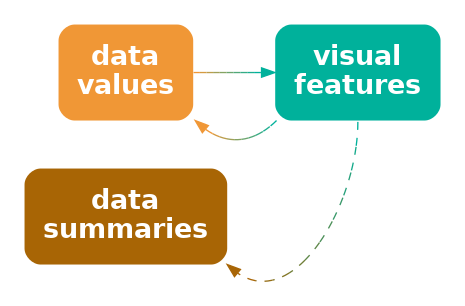
pmur002/hdvw keeps this Graphviz diagram as Diagrams/data-vis-stat-decode.png. Above is the earlier version. Its source is kept beside it as Diagrams/data-vis-stat-decode.dot.
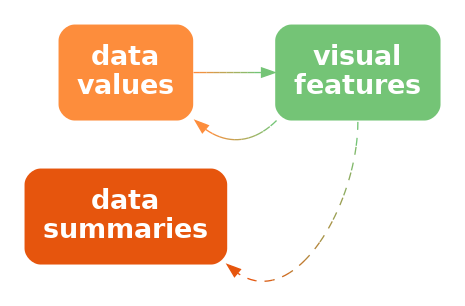
After the commit.

The edit, as a diff of the source:
```diff
@@ -1,12 +1,12 @@
 digraph {
   graph [ rankdir=LR; margin=.2; nodesep=.5 ];
   node [ fontsize=20; fontname="sans bold"; margin=.2 ];
-  data [ label="data\nvalues"; shape=box; style="filled, rounded"; penwidth=0; fontcolor=white; fillcolor="#F09736" ]
-  stat [ label="data\nsummaries"; shape=box; style="filled, rounded"; penwidth=0; fontcolor=white; fillcolor="#A86505" ]
+  data [ label="data\nvalues"; shape=box; style="filled, rounded"; penwidth=0; fontcolor=white; fillcolor="#FD8D3C" ]
+  stat [ label="data\nsummaries"; shape=box; style="filled, rounded"; penwidth=0; fontcolor=white; fillcolor="#E6550D" ]
   vis [ label="visual\nfeatures"; shape=box;
-     style="filled, rounded"; penwidth=0; fontcolor=white; fillcolor="#00B19B" ]
-  data -> vis [ color="#F09736;0.1:#D59A41;0.1:#BB9D4C;0.1:#A0A058;0.1:#85A363;0.1:#6BA56E;0.1:#50A879;0.1:#35AB85;0.1:#1BAE90;0.1:#00B19B;0.1" ]
-  vis:sw -> data:se [ style="dashed", color="#00B19B;0.1:#1BAE90;0.1:#35AB85;0.1:#50A879;0.1:#6BA56E;0.1:#85A363;0.1:#A0A058;0.1:#BB9D4C;0.1:#D59A41;0.1:#F09736;0.1" ]
-  vis:s -> stat:se [ style="dashed", color="#00B19B;0.1:#13A98A;0.1:#25A07A;0.1:#389869;0.1:#4B8F58;0.1:#5D8748;0.1:#707E37;0.1:#837626;0.1:#956D16;0.1:#A86505;0.1" ]
+     style="filled, rounded"; penwidth=0; fontcolor=white; fillcolor="#74C476" ]
+  data -> vis [ color="#FD8D3C;0.1:#EE9342;0.1:#DF9949;0.1:#CF9F4F;0.1:#C0A556;0.1:#B1AC5C;0.1:#A2B263;0.1:#92B869;0.1:#83BE70;0.1:#74C476;0.1" ]
+  vis:sw -> data:se [ style="dashed", color="#74C476;0.1:#83BE70;0.1:#92B869;0.1:#A2B263;0.1:#B1AC5C;0.1:#C0A556;0.1:#CF9F4F;0.1:#DF9949;0.1:#EE9342;0.1:#FD8D3C;0.1" ]
+  vis:s -> stat:se [ style="dashed", color="#74C476;0.1:#81B86A;0.1:#8DAB5F;0.1:#9A9F53;0.1:#A79347;0.1:#B3863C;0.1:#C07A30;0.1:#CD6E24;0.1:#D96119;0.1:#E6550D;0.1" ]
 { rank=same; data, stat }
 }
```
